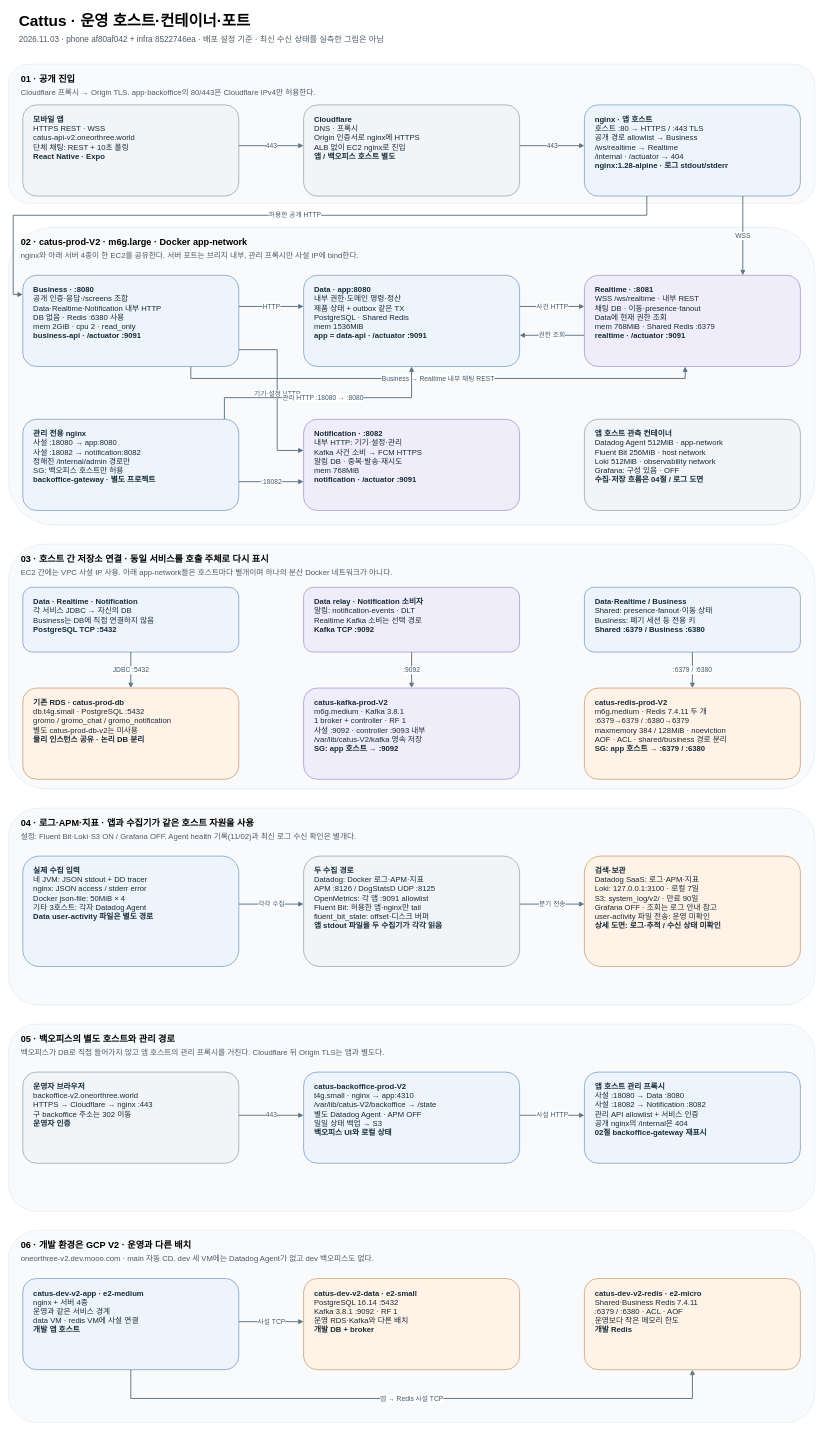
Above: portfolio/diagrams/04-system.drawio.xml in OneOrThree/oneorthree-docs (draw.io), before the change. Source tidied: cells renumbered, new cells numbered last; positions are measured from the earlier drawing's top-left corner, leaving out a move shared by most shapes. Both pictures are drawn from the tidied source at 48%, with x=0, y=0 at pixel (8, 8).
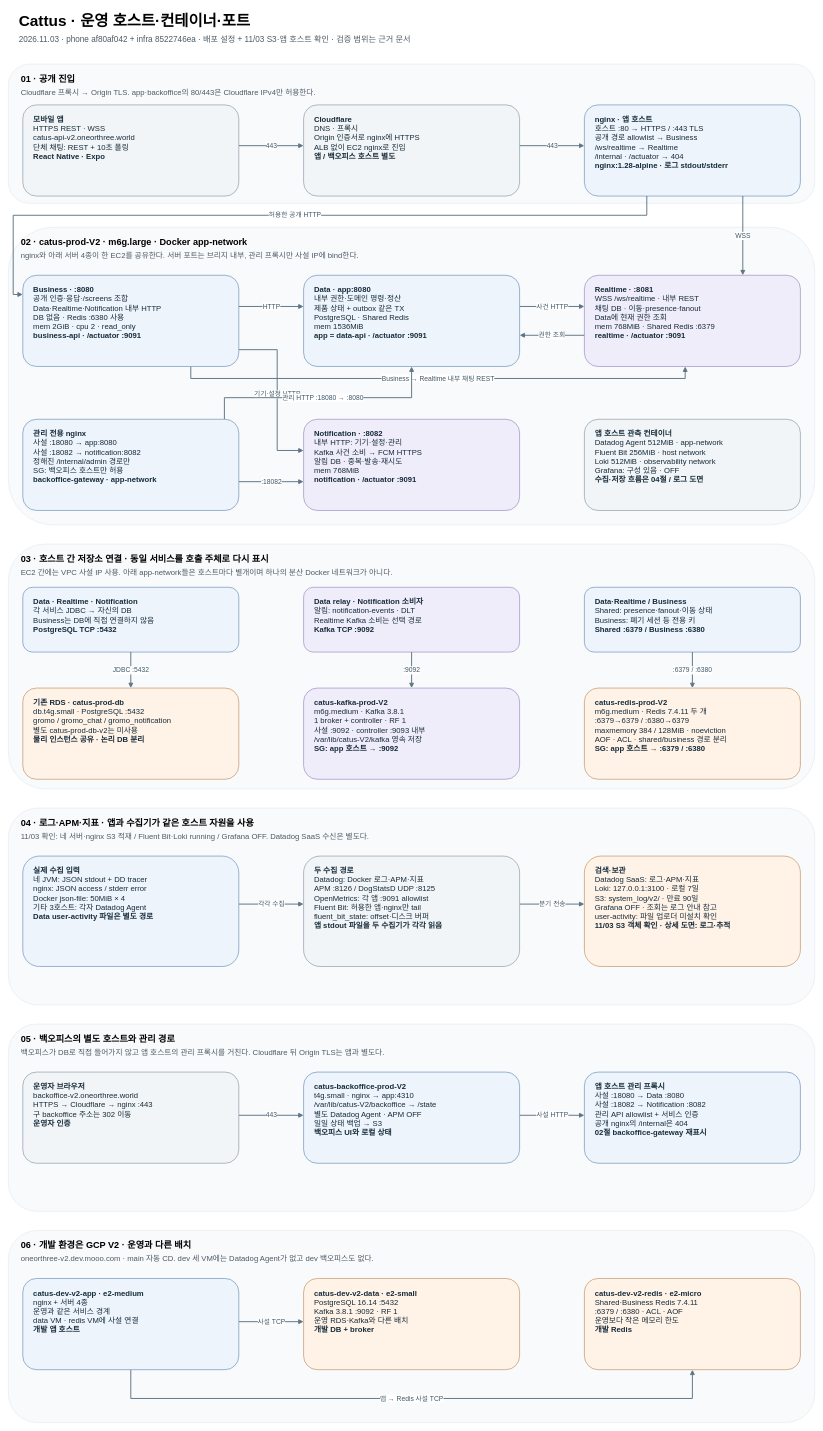
The same page after the edit.

Diff of the diagram source:
```diff
@@
-    <mxCell id="3" value="2026.11.03 · phone af80af042 + infra 8522746ea · 배포 설정 기준 · 최신 수신 상태를 실측한 그림은 아님" style="text;html=0;fontSize=17;align=left;fontColor=#4d5a66;" parent="1" vertex="1">
+    <mxCell id="3" value="2026.11.03 · phone af80af042 + infra 8522746ea · 배포 설정 + 11/03 S3·앱 호스트 확인 · 검증 범위는 근거 문서" style="text;html=0;fontSize=17;align=left;fontColor=#4d5a66;" parent="1" vertex="1">
       <mxGeometry x="20" y="48" width="1640" height="30" as="geometry" />
     </mxCell>
@@
-    <mxCell id="15" value="설정: Fluent Bit·Loki·S3 ON / Grafana OFF. Agent health 기록(11/02)과 최신 로그 수신 확인은 별개다." style="text;html=0;fontSize=16;align=left;fontColor=#4d5a66;" parent="1" vertex="1">
+    <mxCell id="15" value="11/03 확인: 네 서버·nginx S3 적재 / Fluent Bit·Loki running / Grafana OFF. Datadog SaaS 수신은 별도다." style="text;html=0;fontSize=16;align=left;fontColor=#4d5a66;" parent="1" vertex="1">
       <mxGeometry x="24" y="1709" width="1632" height="26" as="geometry" />
     </mxCell>
@@
-    <mxCell id="48" value="&lt;b&gt;관리 전용 nginx&lt;/b&gt;&lt;br&gt;사설 :18080 → app:8080&lt;br&gt;사설 :18082 → notification:8082&lt;br&gt;정해진 /internal/admin 경로만&lt;br&gt;SG: 백오피스 호스트만 허용&lt;br&gt;&lt;b&gt;backoffice-gateway · 별도 프로젝트&lt;/b&gt;" style="rounded=1;whiteSpace=wrap;html=1;fillColor=#edf4fc;strokeColor=#3866a0;fontColor=#172b3a;fontSize=16;align=left;verticalAlign=top;spacingTop=14;spacingLeft=20;spacingRight=14;spacingBottom=12;" parent="1" vertex="1">
+    <mxCell id="48" value="&lt;b&gt;관리 전용 nginx&lt;/b&gt;&lt;br&gt;사설 :18080 → app:8080&lt;br&gt;사설 :18082 → notification:8082&lt;br&gt;정해진 /internal/admin 경로만&lt;br&gt;SG: 백오피스 호스트만 허용&lt;br&gt;&lt;b&gt;backoffice-gateway · app-network&lt;/b&gt;" style="rounded=1;whiteSpace=wrap;html=1;fillColor=#edf4fc;strokeColor=#3866a0;fontColor=#172b3a;fontSize=16;align=left;verticalAlign=top;spacingTop=14;spacingLeft=20;spacingRight=14;spacingBottom=12;" parent="1" vertex="1">
       <mxGeometry x="30" y="856" width="450" height="190" as="geometry" />
     </mxCell>
@@
-    <mxCell id="59" value="&lt;b&gt;검색·보관&lt;/b&gt;&lt;br&gt;Datadog SaaS: 로그·APM·지표&lt;br&gt;Loki: 127.0.0.1:3100 · 로컬 7일&lt;br&gt;S3: system_log/v2/ · 만료 90일&lt;br&gt;Grafana OFF · 조회는 로그 안내 참고&lt;br&gt;user-activity 파일 전송: 운영 미확인&lt;br&gt;&lt;b&gt;상세 도면: 로그·추적 / 수신 상태 미확인&lt;/b&gt;" style="rounded=1;whiteSpace=wrap;html=1;fillColor=#fff3e8;strokeColor=#a9682b;fontColor=#172b3a;fontSize=16;align=left;verticalAlign=top;spacingTop=14;spacingLeft=20;spacingRight=14;spacingBottom=12;" parent="1" vertex="1">
+    <mxCell id="59" value="&lt;b&gt;검색·보관&lt;/b&gt;&lt;br&gt;Datadog SaaS: 로그·APM·지표&lt;br&gt;Loki: 127.0.0.1:3100 · 로컬 7일&lt;br&gt;S3: system_log/v2/ · 만료 90일&lt;br&gt;Grafana OFF · 조회는 로그 안내 참고&lt;br&gt;user-activity: 파일 업로더 미설치 확인&lt;br&gt;&lt;b&gt;11/03 S3 객체 확인 · 상세 도면: 로그·추적&lt;/b&gt;" style="rounded=1;whiteSpace=wrap;html=1;fillColor=#fff3e8;strokeColor=#a9682b;fontColor=#172b3a;fontSize=16;align=left;verticalAlign=top;spacingTop=14;spacingLeft=20;spacingRight=14;spacingBottom=12;" parent="1" vertex="1">
       <mxGeometry x="1200" y="1766" width="450" height="230" as="geometry" />
     </mxCell>
```
